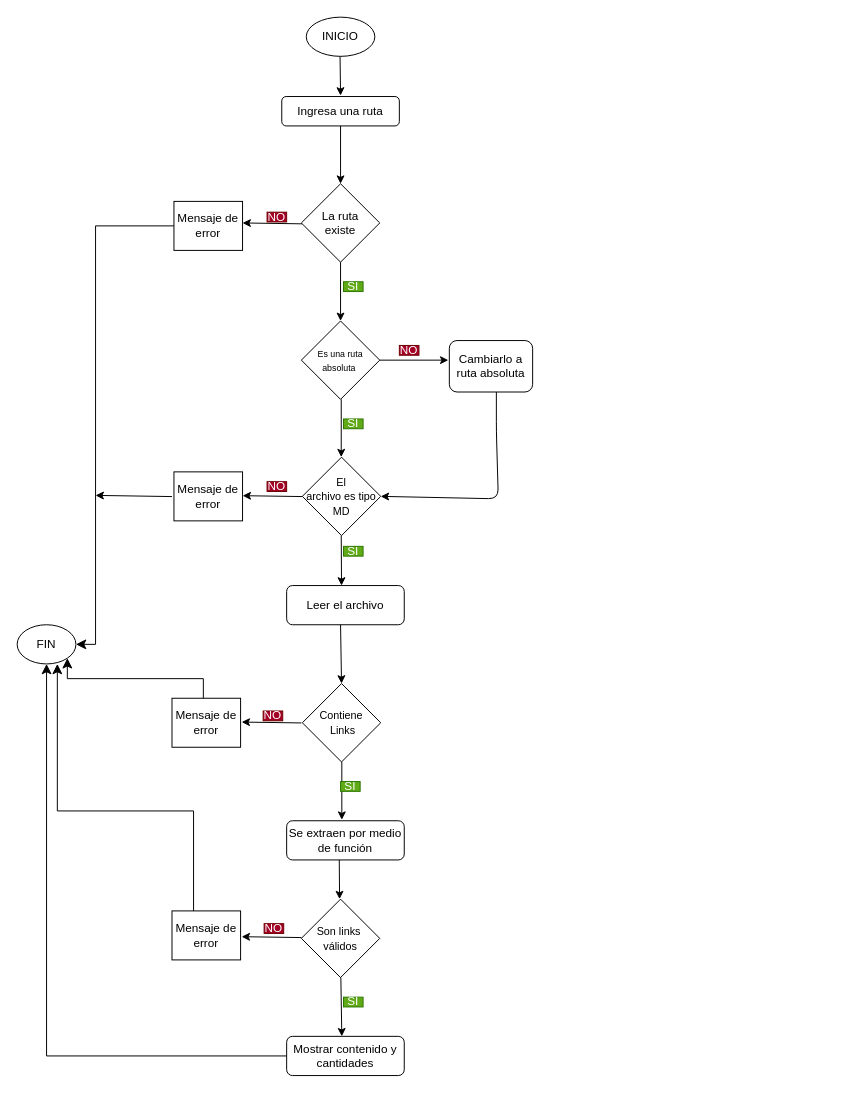
Above: diagrama.drawio in PQ2505/DEV002-md-links (draw.io), before the change. Source tidied: cells renumbered, new cells numbered last; positions are measured from the earlier drawing's top-left corner, leaving out a move shared by most shapes. Both pictures are drawn from the tidied source at 98%, with x=0, y=0 at pixel (17, 17).
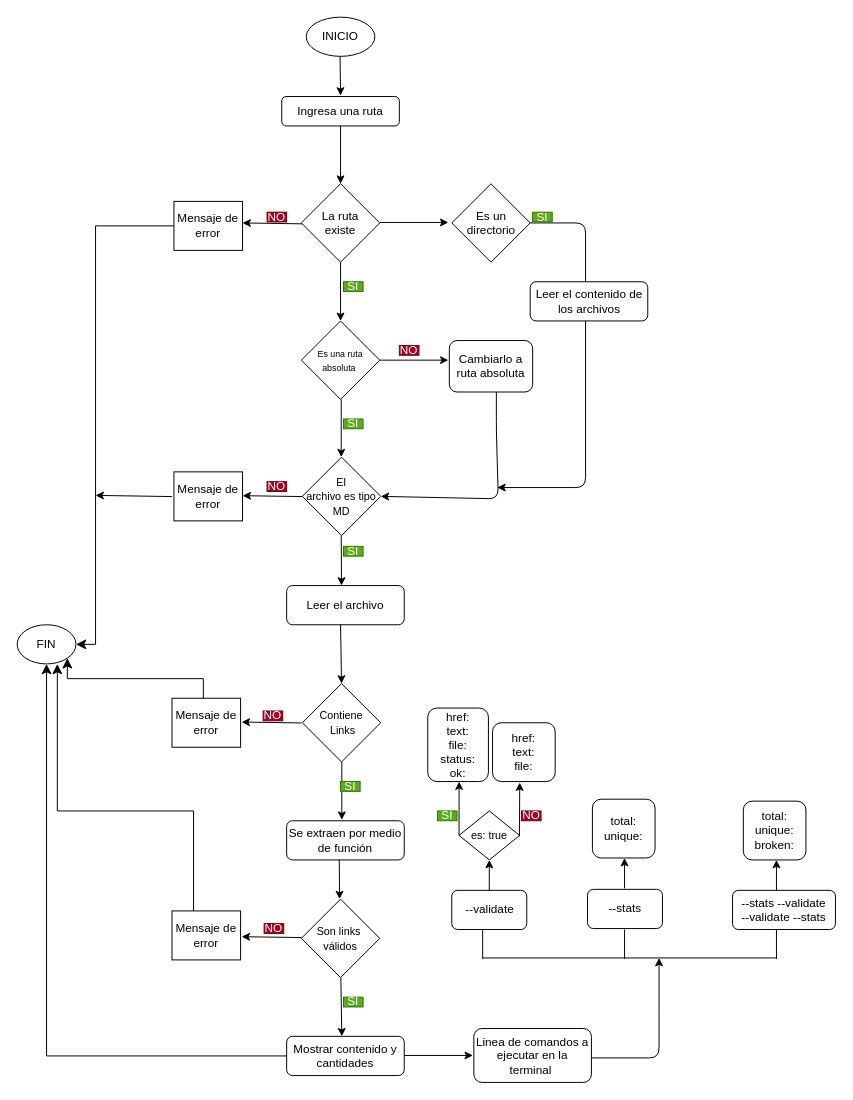
Above is the later version.

Commit message (it also covers changes not shown here):
Se completa diagrama de flujo, se cambia version del package.json

What changed in the source:
```diff
@@
+    <mxCell id="48" value="Es un directorio" style="rhombus;whiteSpace=wrap;html=1;" parent="1" vertex="1">
+      <mxGeometry x="443.5" y="170" width="80" height="80" as="geometry" />
+    </mxCell>
+    <mxCell id="49" style="edgeStyle=none;html=1;fontSize=11;exitX=1;exitY=0.5;exitDx=0;exitDy=0;" parent="1" edge="1" source="48">
+      <mxGeometry relative="1" as="geometry">
+        <mxPoint x="490" y="480" as="targetPoint" />
+        <Array as="points">
+          <mxPoint x="580" y="210" />
+          <mxPoint x="580" y="480" />
+        </Array>
+      </mxGeometry>
+    </mxCell>
+    <mxCell id="50" value="Leer el contenido de los archivos" style="rounded=1;whiteSpace=wrap;html=1;" parent="1" vertex="1">
+      <mxGeometry x="523.5" y="270" width="120" height="40" as="geometry" />
+    </mxCell>
+    <mxCell id="51" style="edgeStyle=none;html=1;fontSize=11;" parent="1" edge="1">
+      <mxGeometry relative="1" as="geometry">
+        <mxPoint x="370" y="209.5" as="sourcePoint" />
+        <mxPoint x="440" y="209.5" as="targetPoint" />
+      </mxGeometry>
+    </mxCell>
+    <mxCell id="52" value="SI" style="text;html=1;strokeColor=#2D7600;fillColor=#60a917;align=center;verticalAlign=middle;whiteSpace=wrap;rounded=0;fontColor=#ffffff;" parent="1" vertex="1">
+      <mxGeometry x="526" y="199" width="20" height="10" as="geometry" />
+    </mxCell>
+    <mxCell id="53" style="edgeStyle=none;html=1;fontSize=11;" parent="1" edge="1">
+      <mxGeometry relative="1" as="geometry">
+        <mxPoint x="395" y="1059.5" as="sourcePoint" />
+        <mxPoint x="465" y="1059.5" as="targetPoint" />
+      </mxGeometry>
+    </mxCell>
+    <mxCell id="54" value="Linea de comandos a ejecutar en la terminal&amp;nbsp;" style="rounded=1;whiteSpace=wrap;html=1;" parent="1" vertex="1">
+      <mxGeometry x="466" y="1032" width="120" height="55" as="geometry" />
+    </mxCell>
+    <mxCell id="55" style="edgeStyle=none;html=1;fontSize=11;" parent="1" edge="1">
+      <mxGeometry relative="1" as="geometry">
+        <mxPoint x="586" y="1062" as="sourcePoint" />
+        <mxPoint x="655" y="960" as="targetPoint" />
+        <Array as="points">
+          <mxPoint x="655" y="1062" />
+          <mxPoint x="655" y="1005" />
+        </Array>
+      </mxGeometry>
+    </mxCell>
+    <mxCell id="56" value="--validate" style="rounded=1;whiteSpace=wrap;html=1;" parent="1" vertex="1">
+      <mxGeometry x="443.5" y="891" width="76.5" height="40" as="geometry" />
+    </mxCell>
+    <mxCell id="57" value="--stats" style="rounded=1;whiteSpace=wrap;html=1;" parent="1" vertex="1">
+      <mxGeometry x="582" y="890" width="76.5" height="40" as="geometry" />
+    </mxCell>
+    <mxCell id="58" value="--stats --validate&lt;br&gt;--validate --stats" style="rounded=1;whiteSpace=wrap;html=1;" parent="1" vertex="1">
+      <mxGeometry x="730" y="891" width="105" height="40" as="geometry" />
+    </mxCell>
+    <mxCell id="59" style="endArrow=none;html=1;" parent="1" edge="1">
+      <mxGeometry relative="1" as="geometry">
+        <mxPoint x="475" y="960" as="sourcePoint" />
+        <mxPoint x="775" y="960" as="targetPoint" />
+      </mxGeometry>
+    </mxCell>
+    <mxCell id="60" style="endArrow=none;html=1;" parent="1" edge="1">
+      <mxGeometry relative="1" as="geometry">
+        <mxPoint x="475" y="961" as="sourcePoint" />
+        <mxPoint x="475" y="931" as="targetPoint" />
+      </mxGeometry>
+    </mxCell>
+    <mxCell id="61" style="endArrow=none;html=1;" parent="1" edge="1">
+      <mxGeometry relative="1" as="geometry">
+        <mxPoint x="619.8" y="961" as="sourcePoint" />
+        <mxPoint x="619.8" y="931" as="targetPoint" />
+      </mxGeometry>
+    </mxCell>
+    <mxCell id="62" style="endArrow=none;html=1;" parent="1" edge="1">
+      <mxGeometry relative="1" as="geometry">
+        <mxPoint x="774.8" y="961" as="sourcePoint" />
+        <mxPoint x="774.8" y="931" as="targetPoint" />
+      </mxGeometry>
+    </mxCell>
+    <mxCell id="63" value="&lt;font style=&quot;font-size: 11px;&quot;&gt;es: true&lt;br&gt;&lt;/font&gt;" style="rhombus;whiteSpace=wrap;html=1;" parent="1" vertex="1">
+      <mxGeometry x="450.9" y="810" width="61.8" height="50" as="geometry" />
+    </mxCell>
+    <mxCell id="64" style="endArrow=classic;html=1;entryX=0.5;entryY=1;entryDx=0;entryDy=0;exitX=0.5;exitY=0;exitDx=0;exitDy=0;" parent="1" edge="1" source="56" target="63">
+      <mxGeometry relative="1" as="geometry" />
+    </mxCell>
+    <mxCell id="65" style="endArrow=classic;html=1;exitX=0;exitY=0.5;exitDx=0;exitDy=0;" parent="1" edge="1" source="63">
+      <mxGeometry relative="1" as="geometry">
+        <mxPoint x="451" y="780" as="targetPoint" />
+      </mxGeometry>
+    </mxCell>
+    <mxCell id="66" style="endArrow=classic;html=1;exitX=0;exitY=0.5;exitDx=0;exitDy=0;" parent="1" edge="1">
+      <mxGeometry relative="1" as="geometry">
+        <mxPoint x="512.6" y="836" as="sourcePoint" />
+        <mxPoint x="512.8" y="781" as="targetPoint" />
+      </mxGeometry>
+    </mxCell>
+    <mxCell id="67" value="SI" style="text;html=1;strokeColor=#2D7600;fillColor=#60a917;align=center;verticalAlign=middle;whiteSpace=wrap;rounded=0;fontColor=#ffffff;" parent="1" vertex="1">
+      <mxGeometry x="428.9" y="810" width="20" height="10" as="geometry" />
+    </mxCell>
+    <mxCell id="68" value="NO" style="text;html=1;strokeColor=#6F0000;fillColor=#a20025;align=center;verticalAlign=middle;whiteSpace=wrap;rounded=0;fontColor=#ffffff;" parent="1" vertex="1">
+      <mxGeometry x="514.6" y="810" width="20" height="10" as="geometry" />
+    </mxCell>
+    <mxCell id="69" value="href:&lt;br&gt;text:&lt;br&gt;file:&lt;br&gt;status:&lt;br&gt;ok:" style="rounded=1;whiteSpace=wrap;html=1;" parent="1" vertex="1">
+      <mxGeometry x="419" y="705" width="61.9" height="75" as="geometry" />
+    </mxCell>
+    <mxCell id="70" value="href:&lt;br&gt;text:&lt;br&gt;file:" style="rounded=1;whiteSpace=wrap;html=1;" parent="1" vertex="1">
+      <mxGeometry x="485.1" y="720" width="63.9" height="60" as="geometry" />
+    </mxCell>
+    <mxCell id="71" style="endArrow=classic;html=1;entryX=0.5;entryY=1;entryDx=0;entryDy=0;exitX=0.5;exitY=0;exitDx=0;exitDy=0;" parent="1" edge="1">
+      <mxGeometry relative="1" as="geometry">
+        <mxPoint x="619.8" y="889" as="sourcePoint" />
+        <mxPoint x="619.8" y="858" as="targetPoint" />
+      </mxGeometry>
+    </mxCell>
+    <mxCell id="72" value="total:&lt;br&gt;unique:" style="rounded=1;whiteSpace=wrap;html=1;" parent="1" vertex="1">
+      <mxGeometry x="587" y="798" width="63.9" height="60" as="geometry" />
+    </mxCell>
+    <mxCell id="73" style="endArrow=classic;html=1;entryX=0.5;entryY=1;entryDx=0;entryDy=0;exitX=0.5;exitY=0;exitDx=0;exitDy=0;" parent="1" edge="1">
+      <mxGeometry relative="1" as="geometry">
+        <mxPoint x="774.8" y="891" as="sourcePoint" />
+        <mxPoint x="774.8" y="860" as="targetPoint" />
+      </mxGeometry>
+    </mxCell>
+    <mxCell id="74" value="total:&lt;br&gt;unique:&lt;br&gt;broken:" style="rounded=1;whiteSpace=wrap;html=1;" parent="1" vertex="1">
+      <mxGeometry x="741" y="800" width="63.9" height="60" as="geometry" />
+    </mxCell>
```
